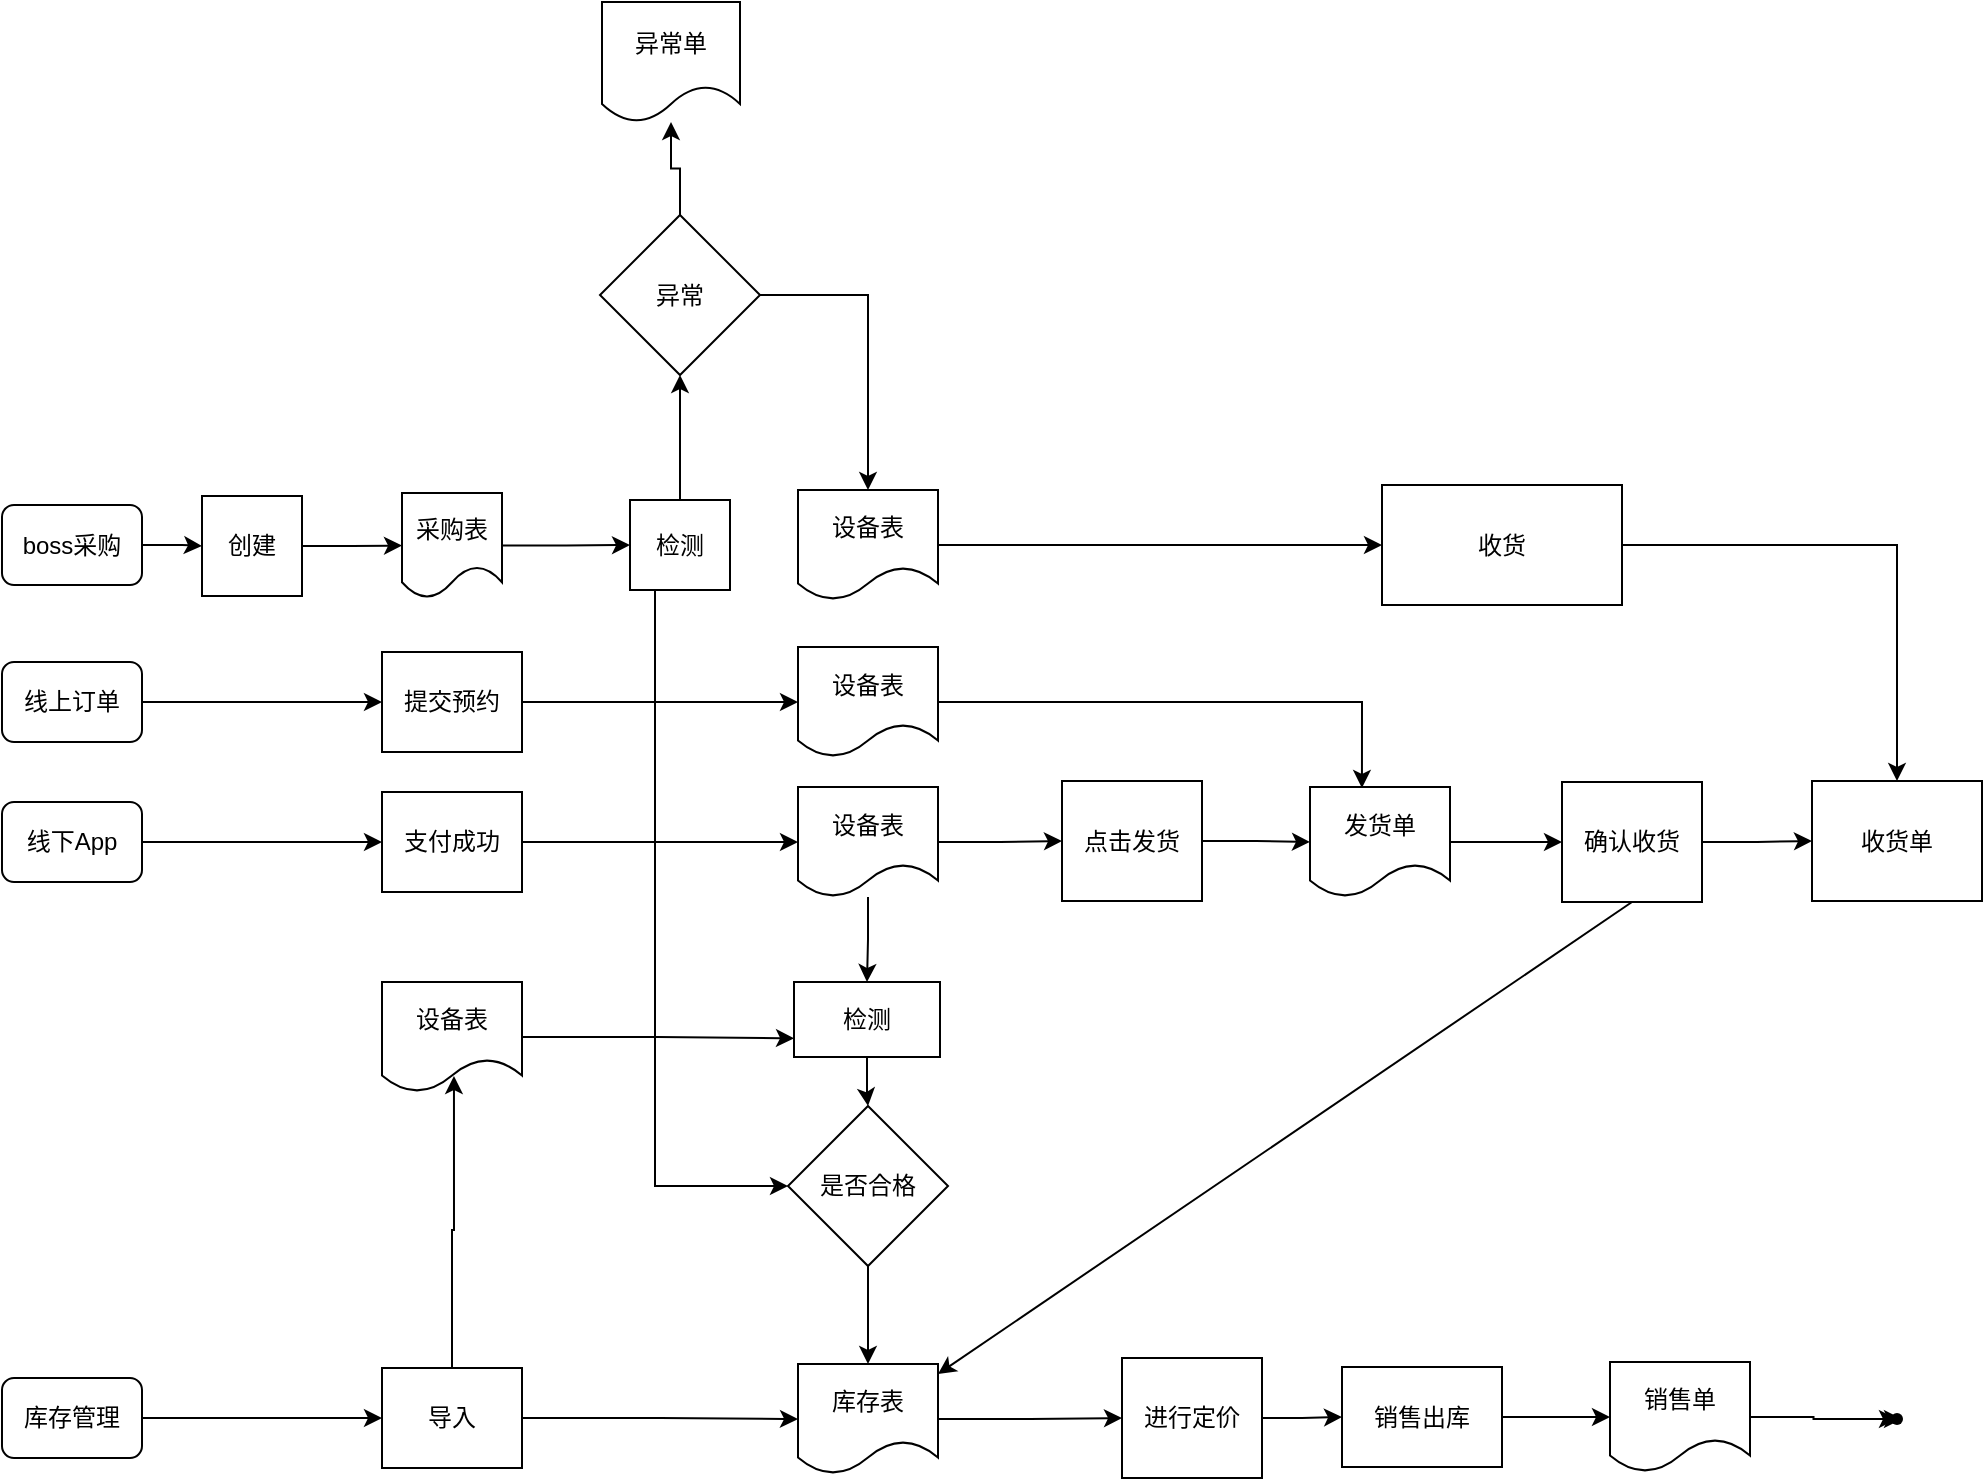
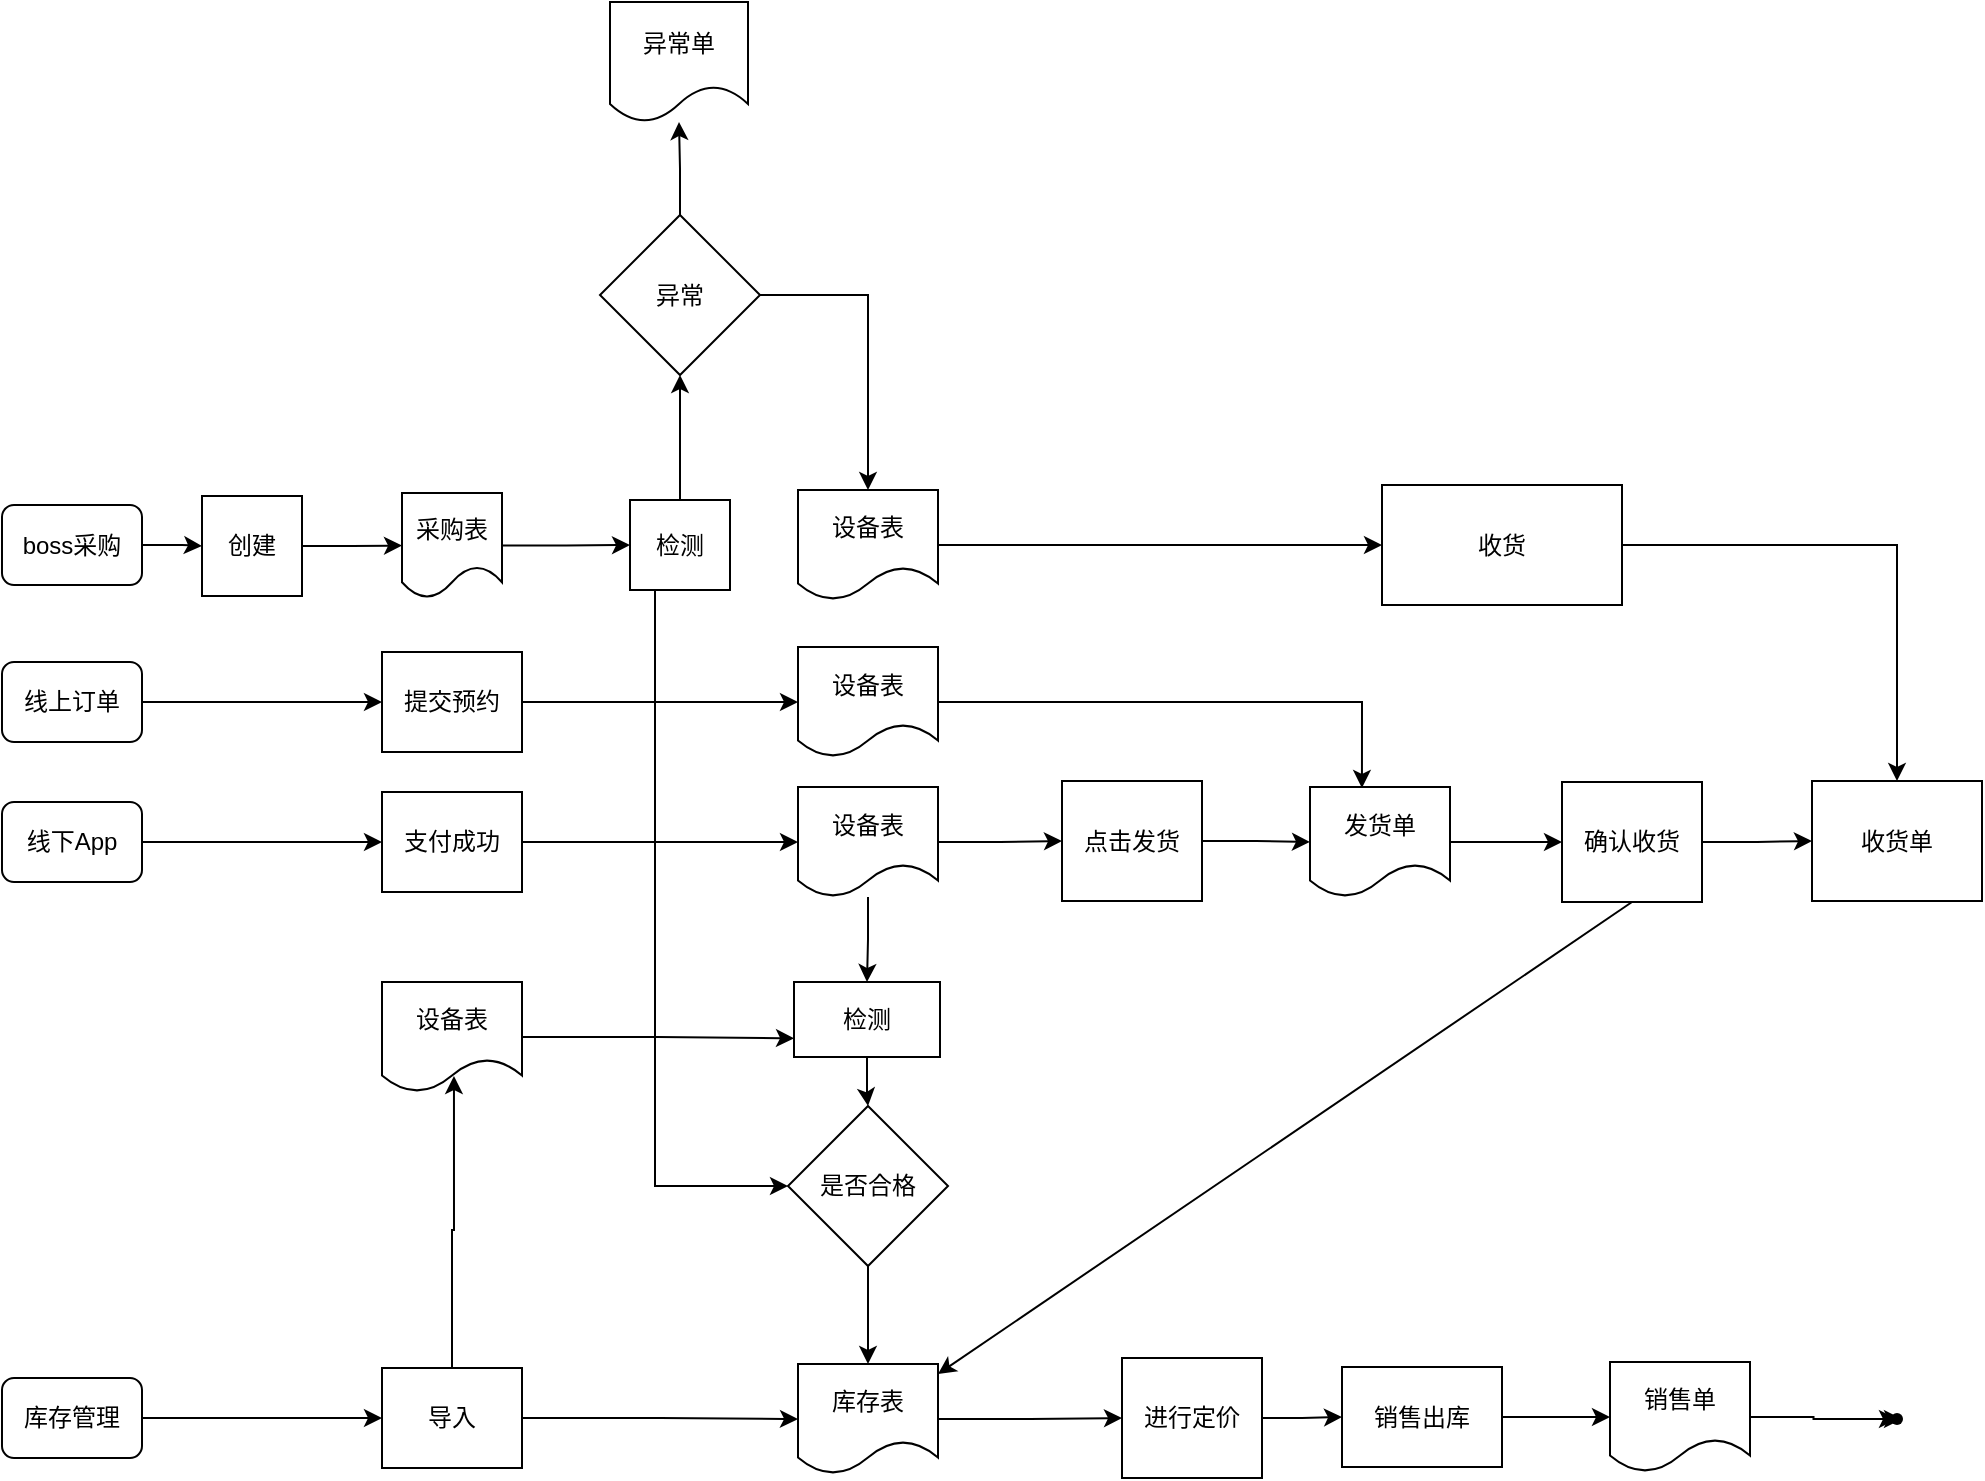
<mxfile host="app.diagrams.net">
  <diagram name="第 1 页" id="s3CgnVwbfZmktE_ADOAM">
    <mxGraphModel dx="1414" dy="1899" grid="1" gridSize="10" guides="1" tooltips="1" connect="1" arrows="1" fold="1" page="1" pageScale="1" pageWidth="827" pageHeight="1169" math="0" shadow="0">
      <root>
        <mxCell id="0" />
        <mxCell id="1" parent="0" />
        <mxCell id="9bAV4iDaCewVaVFpZhyE-6" edge="1" parent="1" source="9bAV4iDaCewVaVFpZhyE-1" style="edgeStyle=orthogonalEdgeStyle;rounded=0;orthogonalLoop=1;jettySize=auto;html=1;entryX=0;entryY=0.5;entryDx=0;entryDy=0;" target="9bAV4iDaCewVaVFpZhyE-5">
          <mxGeometry relative="1" as="geometry" />
        </mxCell>
        <mxCell id="9bAV4iDaCewVaVFpZhyE-1" parent="1" style="rounded=1;whiteSpace=wrap;html=1;" value="线上订单" vertex="1">
          <mxGeometry height="40" width="70" x="100" y="200" as="geometry" />
        </mxCell>
        <mxCell id="9bAV4iDaCewVaVFpZhyE-8" edge="1" parent="1" source="9bAV4iDaCewVaVFpZhyE-2" style="edgeStyle=orthogonalEdgeStyle;rounded=0;orthogonalLoop=1;jettySize=auto;html=1;entryX=0;entryY=0.5;entryDx=0;entryDy=0;" target="9bAV4iDaCewVaVFpZhyE-7">
          <mxGeometry relative="1" as="geometry" />
        </mxCell>
        <mxCell id="9bAV4iDaCewVaVFpZhyE-2" parent="1" style="rounded=1;whiteSpace=wrap;html=1;" value="线下App" vertex="1">
          <mxGeometry height="40" width="70" x="100" y="270" as="geometry" />
        </mxCell>
        <mxCell id="9bAV4iDaCewVaVFpZhyE-18" edge="1" parent="1" source="9bAV4iDaCewVaVFpZhyE-4" style="edgeStyle=orthogonalEdgeStyle;rounded=0;orthogonalLoop=1;jettySize=auto;html=1;entryX=0;entryY=0.5;entryDx=0;entryDy=0;" target="9bAV4iDaCewVaVFpZhyE-17">
          <mxGeometry relative="1" as="geometry" />
        </mxCell>
        <mxCell id="9bAV4iDaCewVaVFpZhyE-4" parent="1" style="rounded=1;whiteSpace=wrap;html=1;" value="boss采购" vertex="1">
          <mxGeometry height="40" width="70" x="100" y="121.5" as="geometry" />
        </mxCell>
        <mxCell id="9bAV4iDaCewVaVFpZhyE-13" edge="1" parent="1" source="9bAV4iDaCewVaVFpZhyE-5" style="edgeStyle=orthogonalEdgeStyle;rounded=0;orthogonalLoop=1;jettySize=auto;html=1;entryX=0;entryY=0.5;entryDx=0;entryDy=0;" target="9bAV4iDaCewVaVFpZhyE-10">
          <mxGeometry relative="1" as="geometry" />
        </mxCell>
        <mxCell id="9bAV4iDaCewVaVFpZhyE-5" parent="1" style="rounded=0;whiteSpace=wrap;html=1;" value="提交预约" vertex="1">
          <mxGeometry height="50" width="70" x="290" y="195" as="geometry" />
        </mxCell>
        <mxCell id="9bAV4iDaCewVaVFpZhyE-14" edge="1" parent="1" source="9bAV4iDaCewVaVFpZhyE-7" style="edgeStyle=orthogonalEdgeStyle;rounded=0;orthogonalLoop=1;jettySize=auto;html=1;entryX=0;entryY=0.5;entryDx=0;entryDy=0;" target="9bAV4iDaCewVaVFpZhyE-11">
          <mxGeometry relative="1" as="geometry" />
        </mxCell>
        <mxCell id="9bAV4iDaCewVaVFpZhyE-7" parent="1" style="rounded=0;whiteSpace=wrap;html=1;" value="支付成功" vertex="1">
          <mxGeometry height="50" width="70" x="290" y="265" as="geometry" />
        </mxCell>
        <mxCell id="GVKssT9AvyQaVMVPeHK4-17" edge="1" parent="1" source="9bAV4iDaCewVaVFpZhyE-9" style="edgeStyle=orthogonalEdgeStyle;rounded=0;orthogonalLoop=1;jettySize=auto;html=1;entryX=0;entryY=0.5;entryDx=0;entryDy=0;exitX=0.25;exitY=1;exitDx=0;exitDy=0;" target="GVKssT9AvyQaVMVPeHK4-10">
          <mxGeometry relative="1" as="geometry">
            <mxPoint x="413.5" y="161.5" as="sourcePoint" />
            <mxPoint x="438.5" y="482" as="targetPoint" />
          </mxGeometry>
        </mxCell>
        <mxCell id="GVKssT9AvyQaVMVPeHK4-57" edge="1" parent="1" source="9bAV4iDaCewVaVFpZhyE-9" style="edgeStyle=orthogonalEdgeStyle;rounded=0;orthogonalLoop=1;jettySize=auto;html=1;" target="GVKssT9AvyQaVMVPeHK4-56" value="">
          <mxGeometry relative="1" as="geometry" />
        </mxCell>
        <mxCell id="9bAV4iDaCewVaVFpZhyE-9" parent="1" style="rounded=0;whiteSpace=wrap;html=1;" value="检测" vertex="1">
          <mxGeometry height="45" width="50" x="414" y="119" as="geometry" />
        </mxCell>
        <mxCell id="9bAV4iDaCewVaVFpZhyE-10" parent="1" style="shape=document;whiteSpace=wrap;html=1;boundedLbl=1;" value="设备表" vertex="1">
          <mxGeometry height="55" width="70" x="498" y="192.5" as="geometry" />
        </mxCell>
        <mxCell id="GVKssT9AvyQaVMVPeHK4-16" edge="1" parent="1" source="9bAV4iDaCewVaVFpZhyE-11" style="edgeStyle=orthogonalEdgeStyle;rounded=0;orthogonalLoop=1;jettySize=auto;html=1;entryX=0.5;entryY=0;entryDx=0;entryDy=0;" target="GVKssT9AvyQaVMVPeHK4-11">
          <mxGeometry relative="1" as="geometry" />
        </mxCell>
        <mxCell id="GVKssT9AvyQaVMVPeHK4-46" edge="1" parent="1" source="9bAV4iDaCewVaVFpZhyE-11" style="edgeStyle=orthogonalEdgeStyle;rounded=0;orthogonalLoop=1;jettySize=auto;html=1;entryX=0;entryY=0.5;entryDx=0;entryDy=0;" target="GVKssT9AvyQaVMVPeHK4-45">
          <mxGeometry relative="1" as="geometry" />
        </mxCell>
        <mxCell id="9bAV4iDaCewVaVFpZhyE-11" parent="1" style="shape=document;whiteSpace=wrap;html=1;boundedLbl=1;" value="设备表" vertex="1">
          <mxGeometry height="55" width="70" x="498" y="262.5" as="geometry" />
        </mxCell>
        <mxCell id="GVKssT9AvyQaVMVPeHK4-54" edge="1" parent="1" source="9bAV4iDaCewVaVFpZhyE-12" style="edgeStyle=orthogonalEdgeStyle;rounded=0;orthogonalLoop=1;jettySize=auto;html=1;" target="GVKssT9AvyQaVMVPeHK4-53" value="">
          <mxGeometry relative="1" as="geometry" />
        </mxCell>
        <mxCell id="9bAV4iDaCewVaVFpZhyE-12" parent="1" style="shape=document;whiteSpace=wrap;html=1;boundedLbl=1;" value="设备表" vertex="1">
          <mxGeometry height="55" width="70" x="498" y="114" as="geometry" />
        </mxCell>
        <mxCell id="9bAV4iDaCewVaVFpZhyE-20" edge="1" parent="1" source="9bAV4iDaCewVaVFpZhyE-17" style="edgeStyle=orthogonalEdgeStyle;rounded=0;orthogonalLoop=1;jettySize=auto;html=1;entryX=0;entryY=0.5;entryDx=0;entryDy=0;" target="9bAV4iDaCewVaVFpZhyE-19">
          <mxGeometry relative="1" as="geometry" />
        </mxCell>
        <mxCell id="9bAV4iDaCewVaVFpZhyE-17" parent="1" style="rounded=0;whiteSpace=wrap;html=1;" value="创建" vertex="1">
          <mxGeometry height="50" width="50" x="200" y="117" as="geometry" />
        </mxCell>
        <mxCell id="9bAV4iDaCewVaVFpZhyE-21" edge="1" parent="1" source="9bAV4iDaCewVaVFpZhyE-19" style="edgeStyle=orthogonalEdgeStyle;rounded=0;orthogonalLoop=1;jettySize=auto;html=1;entryX=0;entryY=0.5;entryDx=0;entryDy=0;" target="9bAV4iDaCewVaVFpZhyE-9">
          <mxGeometry relative="1" as="geometry" />
        </mxCell>
        <mxCell id="9bAV4iDaCewVaVFpZhyE-19" parent="1" style="shape=document;whiteSpace=wrap;html=1;boundedLbl=1;" value="采购表" vertex="1">
          <mxGeometry height="52.5" width="50" x="300" y="115.5" as="geometry" />
        </mxCell>
        <mxCell id="GVKssT9AvyQaVMVPeHK4-5" edge="1" parent="1" source="GVKssT9AvyQaVMVPeHK4-11" style="edgeStyle=orthogonalEdgeStyle;rounded=0;orthogonalLoop=1;jettySize=auto;html=1;entryX=0.5;entryY=0;entryDx=0;entryDy=0;" target="GVKssT9AvyQaVMVPeHK4-10" value="">
          <mxGeometry relative="1" as="geometry">
            <mxPoint x="780" y="252.5" as="sourcePoint" />
            <mxPoint x="700" y="370" as="targetPoint" />
          </mxGeometry>
        </mxCell>
        <mxCell id="GVKssT9AvyQaVMVPeHK4-12" edge="1" parent="1" source="GVKssT9AvyQaVMVPeHK4-10" style="edgeStyle=orthogonalEdgeStyle;rounded=0;orthogonalLoop=1;jettySize=auto;html=1;entryX=0.5;entryY=0;entryDx=0;entryDy=0;" target="GVKssT9AvyQaVMVPeHK4-13" value="">
          <mxGeometry relative="1" as="geometry">
            <mxPoint x="950" y="251.29999999999995" as="targetPoint" />
          </mxGeometry>
        </mxCell>
        <mxCell id="GVKssT9AvyQaVMVPeHK4-10" parent="1" style="rhombus;whiteSpace=wrap;html=1;" value="是否合格" vertex="1">
          <mxGeometry height="80" width="80" x="493" y="422" as="geometry" />
        </mxCell>
        <mxCell id="GVKssT9AvyQaVMVPeHK4-11" parent="1" style="rounded=0;whiteSpace=wrap;html=1;" value="&lt;span style=&quot;text-align: left;&quot;&gt;检测&lt;/span&gt;" vertex="1">
          <mxGeometry height="37.5" width="73" x="496" y="360" as="geometry" />
        </mxCell>
        <mxCell id="GVKssT9AvyQaVMVPeHK4-60" edge="1" parent="1" source="GVKssT9AvyQaVMVPeHK4-13" style="edgeStyle=orthogonalEdgeStyle;rounded=0;orthogonalLoop=1;jettySize=auto;html=1;" target="GVKssT9AvyQaVMVPeHK4-19" value="">
          <mxGeometry relative="1" as="geometry" />
        </mxCell>
        <mxCell id="GVKssT9AvyQaVMVPeHK4-13" parent="1" style="shape=document;whiteSpace=wrap;html=1;boundedLbl=1;" value="库存表" vertex="1">
          <mxGeometry height="55" width="70" x="498" y="551" as="geometry" />
        </mxCell>
        <mxCell id="GVKssT9AvyQaVMVPeHK4-22" edge="1" parent="1" source="GVKssT9AvyQaVMVPeHK4-19" style="edgeStyle=orthogonalEdgeStyle;rounded=0;orthogonalLoop=1;jettySize=auto;html=1;" target="GVKssT9AvyQaVMVPeHK4-21" value="">
          <mxGeometry relative="1" as="geometry" />
        </mxCell>
        <mxCell id="GVKssT9AvyQaVMVPeHK4-19" parent="1" style="rounded=0;whiteSpace=wrap;html=1;" value="进行定价" vertex="1">
          <mxGeometry height="60" width="70" x="660" y="548" as="geometry" />
        </mxCell>
        <mxCell id="GVKssT9AvyQaVMVPeHK4-25" edge="1" parent="1" source="GVKssT9AvyQaVMVPeHK4-21" style="edgeStyle=orthogonalEdgeStyle;rounded=0;orthogonalLoop=1;jettySize=auto;html=1;" target="GVKssT9AvyQaVMVPeHK4-24" value="">
          <mxGeometry relative="1" as="geometry" />
        </mxCell>
        <mxCell id="GVKssT9AvyQaVMVPeHK4-21" parent="1" style="whiteSpace=wrap;html=1;rounded=0;" value="销售出库" vertex="1">
          <mxGeometry height="50" width="80" x="770" y="552.5" as="geometry" />
        </mxCell>
        <mxCell id="GVKssT9AvyQaVMVPeHK4-62" edge="1" parent="1" source="GVKssT9AvyQaVMVPeHK4-61" style="edgeStyle=orthogonalEdgeStyle;rounded=0;orthogonalLoop=1;jettySize=auto;html=1;" value="">
          <mxGeometry relative="1" as="geometry">
            <mxPoint x="1050" y="578" as="targetPoint" />
          </mxGeometry>
        </mxCell>
        <mxCell id="GVKssT9AvyQaVMVPeHK4-24" parent="1" style="shape=document;whiteSpace=wrap;html=1;boundedLbl=1;" value="销售单" vertex="1">
          <mxGeometry height="55" width="70" x="904" y="550" as="geometry" />
        </mxCell>
        <mxCell id="GVKssT9AvyQaVMVPeHK4-50" edge="1" parent="1" source="GVKssT9AvyQaVMVPeHK4-26" style="edgeStyle=orthogonalEdgeStyle;rounded=0;orthogonalLoop=1;jettySize=auto;html=1;" target="GVKssT9AvyQaVMVPeHK4-49" value="">
          <mxGeometry relative="1" as="geometry" />
        </mxCell>
        <mxCell id="GVKssT9AvyQaVMVPeHK4-26" parent="1" style="shape=document;whiteSpace=wrap;html=1;boundedLbl=1;" value="发货单" vertex="1">
          <mxGeometry height="55" width="70" x="754" y="262.5" as="geometry" />
        </mxCell>
        <mxCell id="GVKssT9AvyQaVMVPeHK4-30" edge="1" parent="1" source="9bAV4iDaCewVaVFpZhyE-2" style="edgeStyle=orthogonalEdgeStyle;rounded=0;orthogonalLoop=1;jettySize=auto;html=1;exitX=0.5;exitY=1;exitDx=0;exitDy=0;" target="9bAV4iDaCewVaVFpZhyE-2">
          <mxGeometry relative="1" as="geometry" />
        </mxCell>
        <mxCell id="GVKssT9AvyQaVMVPeHK4-31" edge="1" parent="1" style="edgeStyle=orthogonalEdgeStyle;rounded=0;orthogonalLoop=1;jettySize=auto;html=1;exitX=0.5;exitY=1;exitDx=0;exitDy=0;">
          <mxGeometry relative="1" as="geometry">
            <mxPoint x="200" y="390" as="sourcePoint" />
            <mxPoint x="200" y="390" as="targetPoint" />
          </mxGeometry>
        </mxCell>
        <mxCell id="GVKssT9AvyQaVMVPeHK4-34" edge="1" parent="1" source="GVKssT9AvyQaVMVPeHK4-32" style="edgeStyle=orthogonalEdgeStyle;rounded=0;orthogonalLoop=1;jettySize=auto;html=1;entryX=0;entryY=0.5;entryDx=0;entryDy=0;" target="GVKssT9AvyQaVMVPeHK4-33">
          <mxGeometry relative="1" as="geometry" />
        </mxCell>
        <mxCell id="GVKssT9AvyQaVMVPeHK4-32" parent="1" style="rounded=1;whiteSpace=wrap;html=1;" value="库存管理" vertex="1">
          <mxGeometry height="40" width="70" x="100" y="558" as="geometry" />
        </mxCell>
        <mxCell id="GVKssT9AvyQaVMVPeHK4-35" edge="1" parent="1" source="GVKssT9AvyQaVMVPeHK4-33" style="edgeStyle=orthogonalEdgeStyle;rounded=0;orthogonalLoop=1;jettySize=auto;html=1;entryX=0;entryY=0.5;entryDx=0;entryDy=0;" target="GVKssT9AvyQaVMVPeHK4-13">
          <mxGeometry relative="1" as="geometry" />
        </mxCell>
        <mxCell id="GVKssT9AvyQaVMVPeHK4-33" parent="1" style="rounded=0;whiteSpace=wrap;html=1;" value="导入" vertex="1">
          <mxGeometry height="50" width="70" x="290" y="553" as="geometry" />
        </mxCell>
        <mxCell id="GVKssT9AvyQaVMVPeHK4-39" edge="1" parent="1" style="edgeStyle=orthogonalEdgeStyle;rounded=0;orthogonalLoop=1;jettySize=auto;html=1;exitX=0.5;exitY=1;exitDx=0;exitDy=0;">
          <mxGeometry relative="1" as="geometry">
            <mxPoint x="135" y="599" as="sourcePoint" />
            <mxPoint x="135" y="599" as="targetPoint" />
          </mxGeometry>
        </mxCell>
        <mxCell id="GVKssT9AvyQaVMVPeHK4-42" edge="1" parent="1" source="GVKssT9AvyQaVMVPeHK4-40" style="edgeStyle=orthogonalEdgeStyle;rounded=0;orthogonalLoop=1;jettySize=auto;html=1;entryX=0;entryY=0.75;entryDx=0;entryDy=0;" target="GVKssT9AvyQaVMVPeHK4-11">
          <mxGeometry relative="1" as="geometry" />
        </mxCell>
        <mxCell id="GVKssT9AvyQaVMVPeHK4-40" parent="1" style="shape=document;whiteSpace=wrap;html=1;boundedLbl=1;" value="设备表" vertex="1">
          <mxGeometry height="55" width="70" x="290" y="360" as="geometry" />
        </mxCell>
        <mxCell id="GVKssT9AvyQaVMVPeHK4-41" edge="1" parent="1" source="GVKssT9AvyQaVMVPeHK4-33" style="edgeStyle=orthogonalEdgeStyle;rounded=0;orthogonalLoop=1;jettySize=auto;html=1;entryX=0.514;entryY=0.855;entryDx=0;entryDy=0;entryPerimeter=0;" target="GVKssT9AvyQaVMVPeHK4-40">
          <mxGeometry relative="1" as="geometry" />
        </mxCell>
        <mxCell id="GVKssT9AvyQaVMVPeHK4-47" edge="1" parent="1" source="GVKssT9AvyQaVMVPeHK4-45" style="edgeStyle=orthogonalEdgeStyle;rounded=0;orthogonalLoop=1;jettySize=auto;html=1;entryX=0;entryY=0.5;entryDx=0;entryDy=0;" target="GVKssT9AvyQaVMVPeHK4-26">
          <mxGeometry relative="1" as="geometry" />
        </mxCell>
        <mxCell id="GVKssT9AvyQaVMVPeHK4-45" parent="1" style="rounded=0;whiteSpace=wrap;html=1;" value="点击发货" vertex="1">
          <mxGeometry height="60" width="70" x="630" y="259.5" as="geometry" />
        </mxCell>
        <mxCell id="GVKssT9AvyQaVMVPeHK4-48" edge="1" parent="1" source="9bAV4iDaCewVaVFpZhyE-10" style="edgeStyle=orthogonalEdgeStyle;rounded=0;orthogonalLoop=1;jettySize=auto;html=1;entryX=0.371;entryY=0.009;entryDx=0;entryDy=0;entryPerimeter=0;" target="GVKssT9AvyQaVMVPeHK4-26">
          <mxGeometry relative="1" as="geometry" />
        </mxCell>
        <mxCell id="GVKssT9AvyQaVMVPeHK4-52" edge="1" parent="1" source="GVKssT9AvyQaVMVPeHK4-49" style="edgeStyle=orthogonalEdgeStyle;rounded=0;orthogonalLoop=1;jettySize=auto;html=1;" target="GVKssT9AvyQaVMVPeHK4-51" value="">
          <mxGeometry relative="1" as="geometry" />
        </mxCell>
        <mxCell id="GVKssT9AvyQaVMVPeHK4-49" parent="1" style="whiteSpace=wrap;html=1;" value="确认收货" vertex="1">
          <mxGeometry height="60" width="70" x="880" y="260" as="geometry" />
        </mxCell>
        <mxCell id="GVKssT9AvyQaVMVPeHK4-51" parent="1" style="whiteSpace=wrap;html=1;" value="收货单" vertex="1">
          <mxGeometry height="60" width="85" x="1005" y="259.5" as="geometry" />
        </mxCell>
        <mxCell id="GVKssT9AvyQaVMVPeHK4-55" edge="1" parent="1" source="GVKssT9AvyQaVMVPeHK4-53" style="edgeStyle=orthogonalEdgeStyle;rounded=0;orthogonalLoop=1;jettySize=auto;html=1;entryX=0.5;entryY=0;entryDx=0;entryDy=0;" target="GVKssT9AvyQaVMVPeHK4-51">
          <mxGeometry relative="1" as="geometry" />
        </mxCell>
        <mxCell id="GVKssT9AvyQaVMVPeHK4-53" parent="1" style="whiteSpace=wrap;html=1;" value="收货" vertex="1">
          <mxGeometry height="60" width="120" x="790" y="111.5" as="geometry" />
        </mxCell>
        <mxCell id="GVKssT9AvyQaVMVPeHK4-59" edge="1" parent="1" source="GVKssT9AvyQaVMVPeHK4-56" style="edgeStyle=orthogonalEdgeStyle;rounded=0;orthogonalLoop=1;jettySize=auto;html=1;" target="GVKssT9AvyQaVMVPeHK4-58" value="">
          <mxGeometry relative="1" as="geometry" />
        </mxCell>
        <mxCell id="GVKssT9AvyQaVMVPeHK4-66" edge="1" parent="1" source="GVKssT9AvyQaVMVPeHK4-56" style="edgeStyle=orthogonalEdgeStyle;rounded=0;orthogonalLoop=1;jettySize=auto;html=1;" target="9bAV4iDaCewVaVFpZhyE-12">
          <mxGeometry relative="1" as="geometry" />
        </mxCell>
        <mxCell id="GVKssT9AvyQaVMVPeHK4-56" parent="1" style="rhombus;whiteSpace=wrap;html=1;rounded=0;" value="异常" vertex="1">
          <mxGeometry height="80" width="80" x="399" y="-23.5" as="geometry" />
        </mxCell>
        <mxCell id="GVKssT9AvyQaVMVPeHK4-58" parent="1" style="shape=document;whiteSpace=wrap;html=1;boundedLbl=1;rounded=0;" value="异常单" vertex="1">
-           <mxGeometry height="60" width="69" x="400" y="-130" as="geometry" />
+           <mxGeometry height="60" width="69" x="404" y="-130" as="geometry" />
        </mxCell>
        <mxCell id="GVKssT9AvyQaVMVPeHK4-64" edge="1" parent="1" source="GVKssT9AvyQaVMVPeHK4-49" style="rounded=0;orthogonalLoop=1;jettySize=auto;html=1;entryX=1;entryY=0.091;entryDx=0;entryDy=0;entryPerimeter=0;exitX=0.5;exitY=1;exitDx=0;exitDy=0;" target="GVKssT9AvyQaVMVPeHK4-13">
          <mxGeometry relative="1" as="geometry">
            <mxPoint x="974" y="320.02" as="sourcePoint" />
            <mxPoint x="623.99" y="553" as="targetPoint" />
          </mxGeometry>
        </mxCell>
        <mxCell id="GVKssT9AvyQaVMVPeHK4-65" edge="1" parent="1" source="GVKssT9AvyQaVMVPeHK4-24" style="edgeStyle=orthogonalEdgeStyle;rounded=0;orthogonalLoop=1;jettySize=auto;html=1;" target="GVKssT9AvyQaVMVPeHK4-61" value="">
          <mxGeometry relative="1" as="geometry">
            <mxPoint x="974" y="578" as="sourcePoint" />
            <mxPoint x="1050" y="578" as="targetPoint" />
          </mxGeometry>
        </mxCell>
        <mxCell id="GVKssT9AvyQaVMVPeHK4-61" parent="1" style="shape=waypoint;sketch=0;size=6;pointerEvents=1;points=[];fillColor=default;resizable=0;rotatable=0;perimeter=centerPerimeter;snapToPoint=1;" value="" vertex="1">
          <mxGeometry height="20" width="20" x="1037.5" y="568.5" as="geometry" />
        </mxCell>
      </root>
    </mxGraphModel>
  </diagram>
</mxfile>
